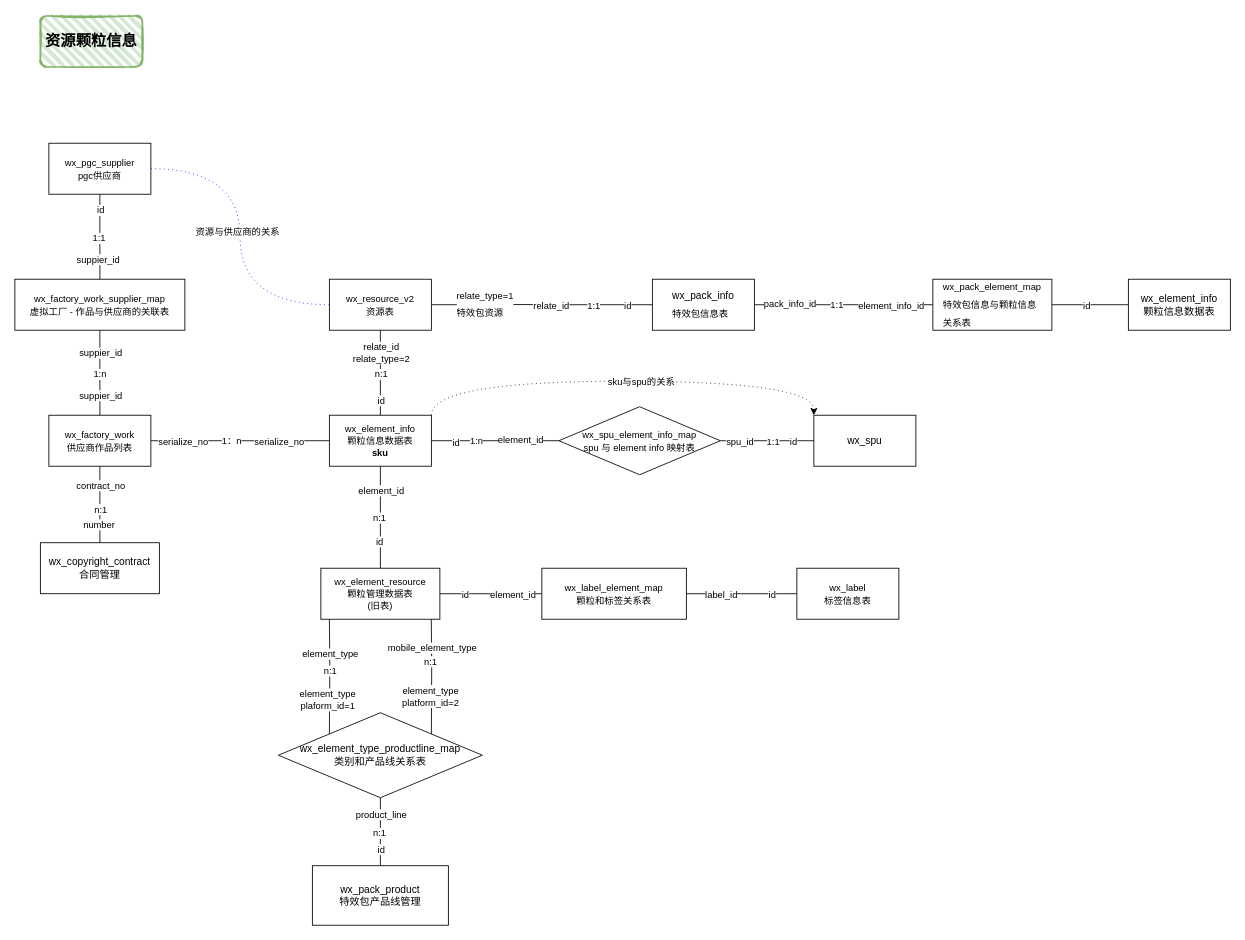
This is 未命名绘图.drawio from nateshao/blog-image, a draw.io file, before an edit. Source tidied: cells renumbered, new cells numbered last; positions are measured from the earlier drawing's top-left corner, leaving out a move shared by most shapes. Both pictures are drawn from the tidied source at 85%, with x=0, y=0 at pixel (14, 15).
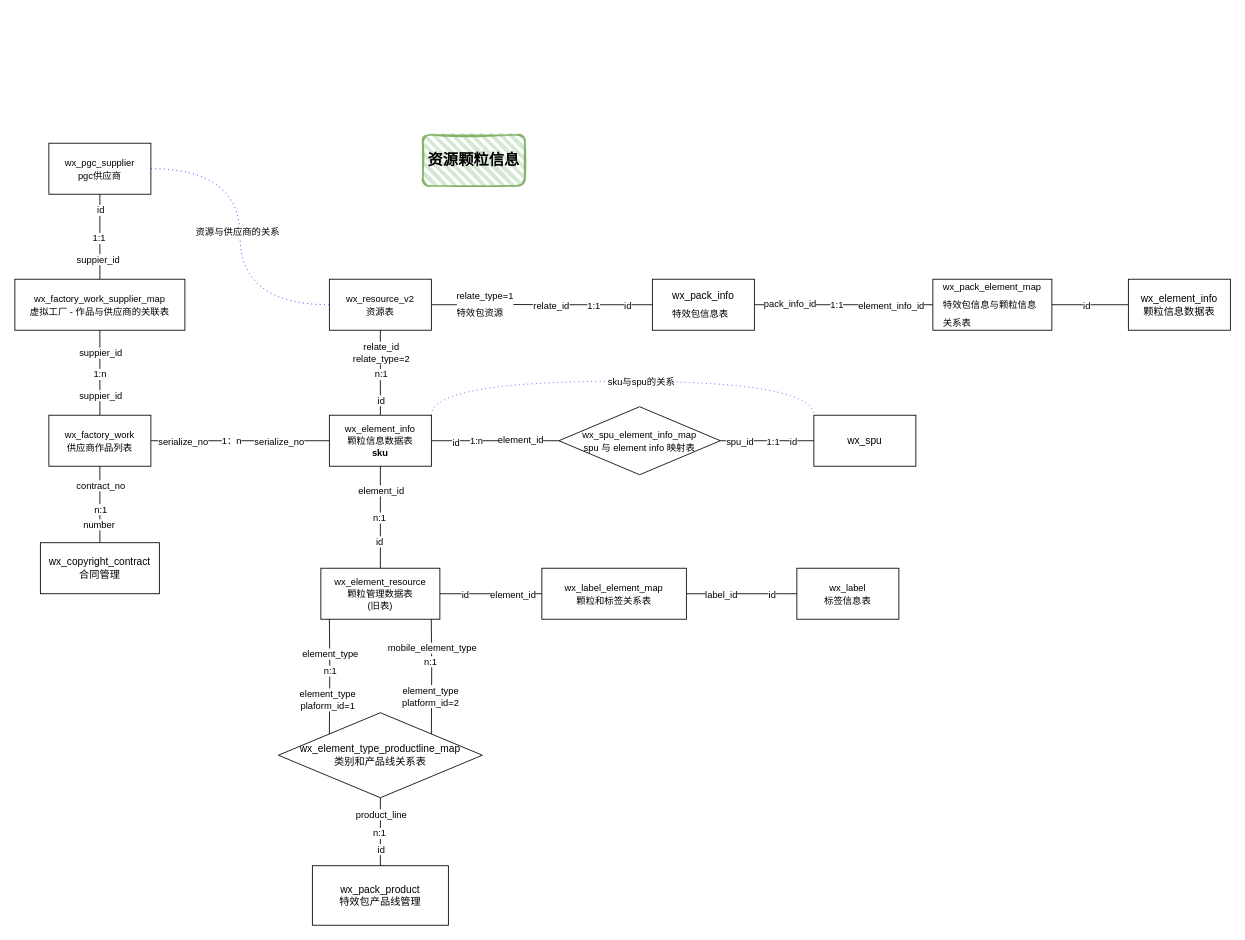
The same page after the edit.

Commit message:
更新未命名绘图.drawio

The change refers to these unchanged cells:
```xml
<mxCell id="28" value="&lt;font style=&quot;font-size: 11px;&quot;&gt;wx_element_info&lt;br&gt;颗粒信息数据表&lt;br&gt;&lt;b style=&quot;border-color: var(--border-color);&quot;&gt;sku&lt;/b&gt;&lt;br&gt;&lt;/font&gt;" style="rounded=0;whiteSpace=wrap;html=1;" parent="1" vertex="1">
  <mxGeometry x="370" y="470" width="120" height="60" as="geometry" />
</mxCell>
<mxCell id="75" value="wx_spu" style="rounded=0;whiteSpace=wrap;html=1;" parent="1" vertex="1">
  <mxGeometry x="940" y="470" width="120" height="60" as="geometry" />
</mxCell>
```

The edit, as a diff of the source:
```diff
@@
-    <mxCell id="26" style="edgeStyle=orthogonalEdgeStyle;rounded=0;jettySize=auto;html=1;exitX=1;exitY=0;exitDx=0;exitDy=0;entryX=0;entryY=0;entryDx=0;entryDy=0;curved=1;dashed=1;dashPattern=1 4;" parent="1" edge="1" source="28" target="75">
+    <mxCell id="26" style="edgeStyle=orthogonalEdgeStyle;rounded=0;jettySize=auto;html=1;exitX=1;exitY=0;exitDx=0;exitDy=0;entryX=0;entryY=0;entryDx=0;entryDy=0;curved=1;dashed=1;dashPattern=1 4;endArrow=none;endFill=0;strokeColor=#3333FF;" parent="1" edge="1" source="28" target="75">
       <mxGeometry relative="1" as="geometry">
         <Array as="points">
           <mxPoint x="490" y="430" />
           <mxPoint x="940" y="430" />
         </Array>
       </mxGeometry>
     </mxCell>
@@
     <mxCell id="84" value="&lt;font style=&quot;font-size: 18px;&quot;&gt;&lt;b&gt;资源颗粒信息&lt;/b&gt;&lt;/font&gt;" style="rounded=1;whiteSpace=wrap;html=1;strokeWidth=2;fillWeight=4;hachureGap=8;hachureAngle=45;fillColor=#d5e8d4;sketch=1;strokeColor=#82b366;" parent="1" vertex="1">
-      <mxGeometry x="30" width="120" height="60" as="geometry" />
+      <mxGeometry x="480" y="140" width="120" height="60" as="geometry" />
     </mxCell>
```
